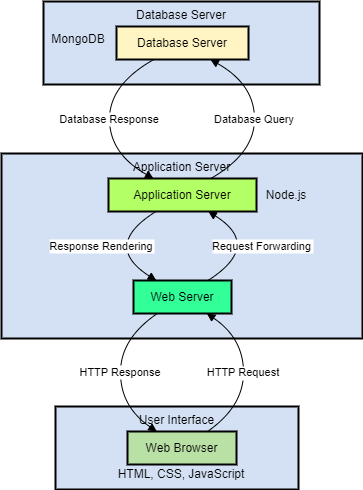
Earlier version of the draw.io export proposal/submission/sec02/Alpha/block.drawio.png (drshahizan/software-engineering). Source tidied: cells renumbered, new cells last; positions are measured from the earlier drawing's top-left corner, leaving out a move shared by most shapes.
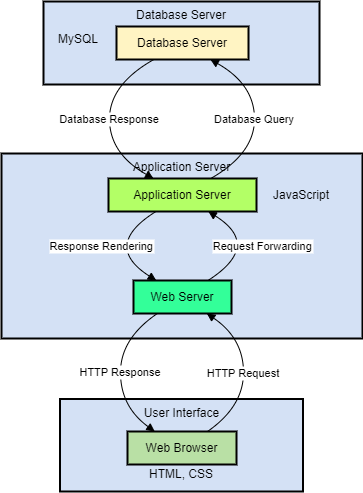
After the commit.

What changed in the source:
```diff
@@ -18,7 +18,7 @@
       <mxGeometry x="107" y="177" width="148" height="33" as="geometry" />
     </mxCell>
     <mxCell id="7" value="User Interface" style="whiteSpace=wrap;strokeWidth=2;verticalAlign=top;fillColor=#D4E1F5;" parent="1" vertex="1">
-      <mxGeometry x="54" y="405" width="243" height="83" as="geometry" />
+      <mxGeometry x="58.5" y="397.5" width="243" height="92.5" as="geometry" />
     </mxCell>
     <mxCell id="8" value="Web Browser" style="whiteSpace=wrap;strokeWidth=2;fillColor=#B9E0A5;" parent="1" vertex="1">
       <mxGeometry x="126" y="430" width="109" height="33" as="geometry" />
@@ -61,7 +61,7 @@
         </Array>
       </mxGeometry>
     </mxCell>
-    <mxCell id="14" value="HTTP Response" style="curved=1;startArrow=none;endArrow=block;exitX=0.24368616826239986;exitY=1.0000001155968867;entryX=0.27413985770380905;entryY=0.012121316158410275;" parent="1" edge="1" source="5" target="8">
+    <mxCell id="14" value="HTTP Response" style="curved=1;startArrow=none;endArrow=block;exitX=0.24368616826239986;exitY=1.0000001155968867;entryX=0.25;entryY=0;entryDx=0;entryDy=0;" parent="1" edge="1" source="5" target="8">
       <mxGeometry relative="1" as="geometry">
         <Array as="points">
           <mxPoint x="119" y="337" />
@@ -69,13 +69,13 @@
         </Array>
       </mxGeometry>
     </mxCell>
-    <mxCell id="15" value="HTML, CSS, JavaScript" style="text;html=1;strokeColor=none;fillColor=none;align=center;verticalAlign=middle;whiteSpace=wrap;rounded=0;" parent="1" vertex="1">
+    <mxCell id="15" value="HTML, CSS" style="text;html=1;strokeColor=none;fillColor=none;align=center;verticalAlign=middle;whiteSpace=wrap;rounded=0;" parent="1" vertex="1">
       <mxGeometry x="80" y="458" width="200" height="30" as="geometry" />
     </mxCell>
-    <mxCell id="16" value="Node.js" style="text;html=1;strokeColor=none;fillColor=none;align=center;verticalAlign=middle;whiteSpace=wrap;rounded=0;" parent="1" vertex="1">
-      <mxGeometry x="255" y="173.5" width="60" height="40" as="geometry" />
+    <mxCell id="16" value="JavaScript" style="text;html=1;strokeColor=none;fillColor=none;align=center;verticalAlign=middle;whiteSpace=wrap;rounded=0;" parent="1" vertex="1">
+      <mxGeometry x="270" y="173.5" width="60" height="40" as="geometry" />
     </mxCell>
-    <mxCell id="17" value="MongoDB" style="text;html=1;strokeColor=none;fillColor=none;align=center;verticalAlign=middle;whiteSpace=wrap;rounded=0;" parent="1" vertex="1">
+    <mxCell id="17" value="MySQL" style="text;html=1;strokeColor=none;fillColor=none;align=center;verticalAlign=middle;whiteSpace=wrap;rounded=0;" parent="1" vertex="1">
       <mxGeometry x="47" y="18" width="60" height="40" as="geometry" />
     </mxCell>
   </root>
```
